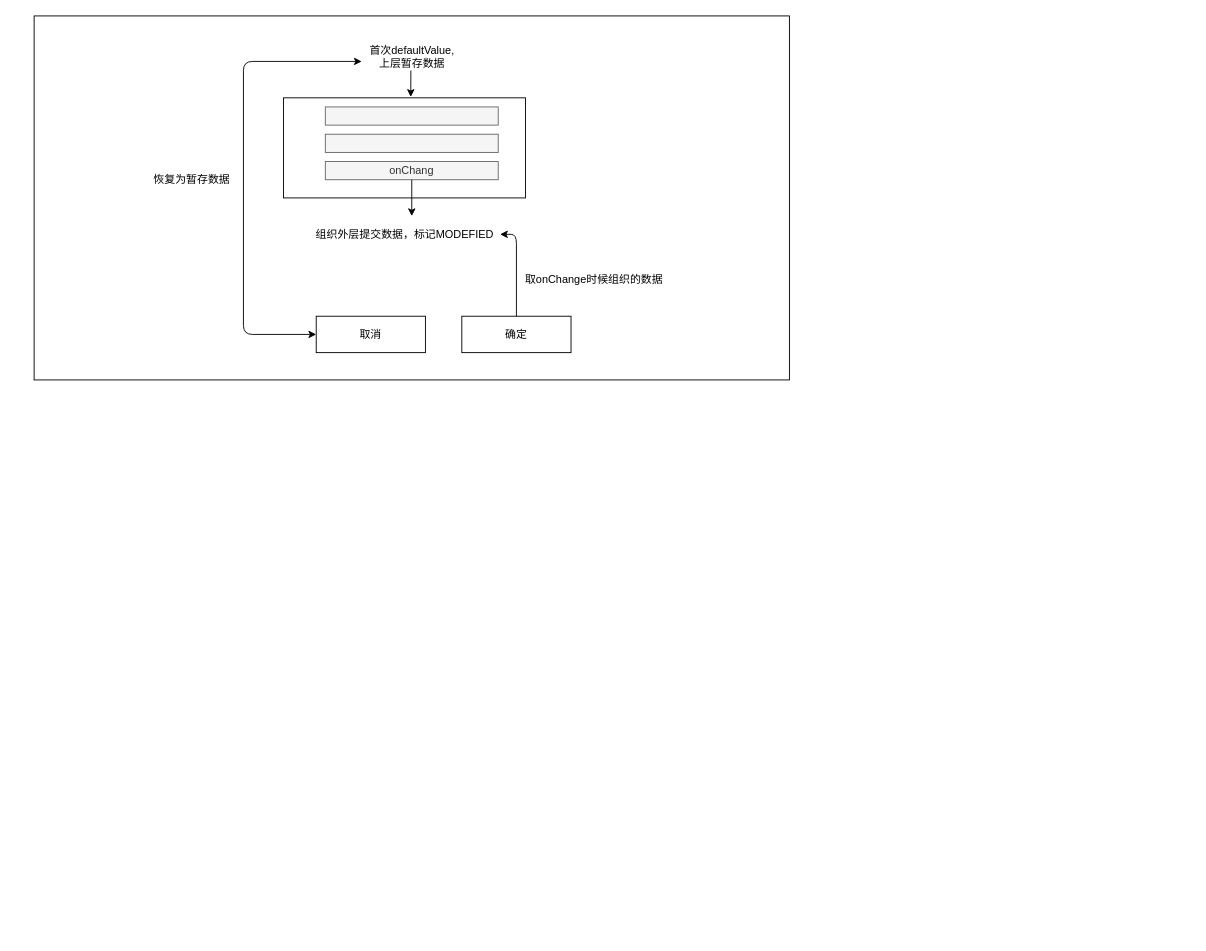
Above: Untitled Diagram.drawio in littlelady2015/yctea (draw.io), before the change. Source tidied: cells renumbered, new cells numbered last; positions are measured from the earlier drawing's top-left corner, leaving out a move shared by most shapes. Both pictures are drawn from the tidied source at 91%, with x=0, y=0 at pixel (34, 15).
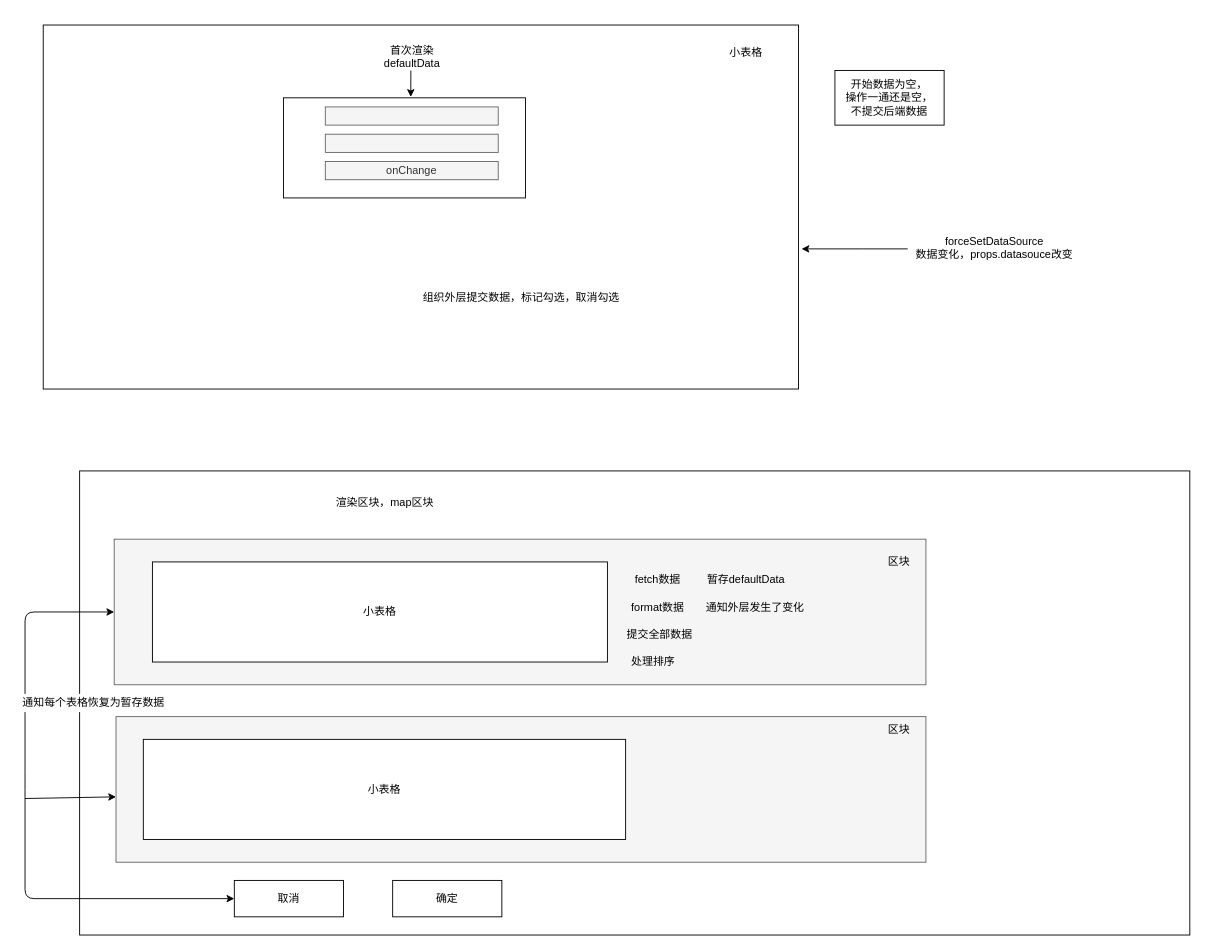
The same page after the edit.

What changed in the source:
```diff
@@
     <mxCell id="2" style="rounded=0;whiteSpace=wrap;html=1;" parent="1" vertex="1">
-      <mxGeometry width="830" height="400" as="geometry" />
+      <mxGeometry x="10" y="10" width="830" height="400" as="geometry" />
     </mxCell>
@@
-    <mxCell id="6" value="onChang" style="rounded=0;whiteSpace=wrap;html=1;fillColor=#f5f5f5;strokeColor=#666666;fontColor=#333333;" parent="1" vertex="1">
+    <mxCell id="6" value="onChange" style="rounded=0;whiteSpace=wrap;html=1;fillColor=#f5f5f5;strokeColor=#666666;fontColor=#333333;" parent="1" vertex="1">
       <mxGeometry x="320" y="160" width="190" height="20" as="geometry" />
     </mxCell>
@@
-    <mxCell id="8" value="首次defaultValue,&lt;br&gt;上层暂存数据&lt;br&gt;" style="text;html=1;align=center;verticalAlign=middle;strokeColor=none;" parent="1" vertex="1">
-      <mxGeometry x="360" y="30" width="110" height="30" as="geometry" />
+    <mxCell id="8" value="首次渲染&lt;br&gt;defaultData" style="text;html=1;align=center;verticalAlign=middle;strokeColor=none;" parent="1" vertex="1">
+      <mxGeometry x="375" y="30" width="80" height="30" as="geometry" />
     </mxCell>
-    <mxCell id="9" style="endArrow=classic;html=1;exitX=0.5;exitY=1;exitDx=0;exitDy=0;" parent="1" edge="1" source="6">
-      <mxGeometry relative="1" as="geometry">
-        <mxPoint x="415" y="220" as="targetPoint" />
-      </mxGeometry>
-    </mxCell>
-    <mxCell id="10" value="组织外层提交数据，标记MODEFIED" style="text;html=1;align=center;verticalAlign=middle;points=[];strokeColor=none;" parent="1" vertex="1">
-      <mxGeometry x="302" y="230" width="210" height="20" as="geometry" />
+    <mxCell id="10" value="组织外层提交数据，标记勾选，取消勾选" style="text;html=1;align=center;verticalAlign=middle;points=[];strokeColor=none;" parent="1" vertex="1">
+      <mxGeometry x="420" y="300" width="230" height="20" as="geometry" />
     </mxCell>
+    <mxCell id="17" value="开始数据为空，&lt;br&gt;操作一通还是空，&lt;br&gt;不提交后端数据" style="rounded=0;whiteSpace=wrap;html=1;" parent="1" vertex="1">
+      <mxGeometry x="880" y="60" width="120" height="60" as="geometry" />
+    </mxCell>
+    <mxCell id="18" value="小表格" style="text;html=1;align=center;verticalAlign=middle;strokeColor=none;" parent="1" vertex="1">
+      <mxGeometry x="757" y="30" width="50" height="20" as="geometry" />
+    </mxCell>
+    <mxCell id="19" style="rounded=0;whiteSpace=wrap;html=1;" parent="1" vertex="1">
+      <mxGeometry x="50" y="500" width="1220" height="510" as="geometry" />
+    </mxCell>
+    <mxCell id="20" style="rounded=0;whiteSpace=wrap;html=1;fillColor=#f5f5f5;strokeColor=#666666;fontColor=#333333;" parent="1" vertex="1">
+      <mxGeometry x="88" y="575" width="892" height="160" as="geometry" />
+    </mxCell>
+    <mxCell id="21" style="rounded=0;whiteSpace=wrap;html=1;fillColor=#f5f5f5;strokeColor=#666666;fontColor=#333333;" parent="1" vertex="1">
+      <mxGeometry x="90" y="770" width="890" height="160" as="geometry" />
+    </mxCell>
+    <mxCell id="22" value="渲染区块，map区块" style="text;html=1;align=center;verticalAlign=middle;strokeColor=none;" parent="1" vertex="1">
+      <mxGeometry x="325" y="525" width="120" height="20" as="geometry" />
+    </mxCell>
+    <mxCell id="23" value="小表格" style="rounded=0;whiteSpace=wrap;html=1;" parent="1" vertex="1">
+      <mxGeometry x="130" y="600" width="500" height="110" as="geometry" />
+    </mxCell>
+    <mxCell id="24" value="区块" style="text;html=1;align=center;verticalAlign=middle;strokeColor=none;" parent="1" vertex="1">
+      <mxGeometry x="930" y="590" width="40" height="20" as="geometry" />
+    </mxCell>
+    <mxCell id="12" value="取消" style="rounded=0;whiteSpace=wrap;html=1;" parent="1" vertex="1">
+      <mxGeometry x="220" y="950" width="120" height="40" as="geometry" />
+    </mxCell>
     <mxCell id="11" value="确定" style="rounded=0;whiteSpace=wrap;html=1;" parent="1" vertex="1">
-      <mxGeometry x="470" y="330" width="120" height="40" as="geometry" />
+      <mxGeometry x="394" y="950" width="120" height="40" as="geometry" />
     </mxCell>
-    <mxCell id="12" value="取消" style="rounded=0;whiteSpace=wrap;html=1;" parent="1" vertex="1">
-      <mxGeometry x="310" y="330" width="120" height="40" as="geometry" />
-    </mxCell>
+    <mxCell id="25" value="小表格" style="rounded=0;whiteSpace=wrap;html=1;" parent="1" vertex="1">
+      <mxGeometry x="120" y="795" width="530" height="110" as="geometry" />
+    </mxCell>
+    <mxCell id="26" value="区块" style="text;html=1;align=center;verticalAlign=middle;strokeColor=none;" parent="1" vertex="1">
+      <mxGeometry x="930" y="775" width="40" height="20" as="geometry" />
+    </mxCell>
+    <mxCell id="27" value="fetch数据" style="text;html=1;align=center;verticalAlign=middle;strokeColor=none;" parent="1" vertex="1">
+      <mxGeometry x="650" y="610" width="70" height="20" as="geometry" />
+    </mxCell>
-    <mxCell id="13" style="endArrow=classic;startArrow=classic;html=1;entryX=0;entryY=0.5;entryDx=0;entryDy=0;" parent="1" edge="1" target="12">
+    <mxCell id="13" style="endArrow=classic;startArrow=classic;html=1;entryX=0;entryY=0.5;entryDx=0;entryDy=0;" parent="1" edge="1" source="20" target="12">
       <mxGeometry relative="1" as="geometry">
-        <mxPoint x="360" y="50" as="sourcePoint" />
         <Array as="points">
-          <mxPoint x="230" y="50" />
-          <mxPoint x="230" y="350" />
+          <mxPoint x="-10" y="655" />
+          <mxPoint x="-10" y="840" />
+          <mxPoint x="-10" y="970" />
         </Array>
       </mxGeometry>
     </mxCell>
-    <mxCell id="14" value="恢复为暂存数据" style="text;html=1;align=center;verticalAlign=middle;strokeColor=none;" parent="1" vertex="1">
-      <mxGeometry x="123" y="170" width="100" height="20" as="geometry" />
-    </mxCell>
-    <mxCell id="15" style="endArrow=classic;html=1;exitX=0.5;exitY=0;exitDx=0;exitDy=0;" parent="1" edge="1" source="11" target="10">
-      <mxGeometry relative="1" as="geometry">
-        <Array as="points">
-          <mxPoint x="530" y="240" />
-        </Array>
-      </mxGeometry>
-    </mxCell>
-    <mxCell id="16" value="取onChange时候组织的数据" style="text;html=1;align=center;verticalAlign=middle;strokeColor=none;" parent="1" vertex="1">
-      <mxGeometry x="530" y="280" width="170" height="20" as="geometry" />
-    </mxCell>
+    <mxCell id="28" value="通知每个表格恢复为暂存数据" style="text;html=1;align=center;verticalAlign=middle;strokeColor=none;fillColor=#ffffff;" parent="1" vertex="1">
+      <mxGeometry x="-20" y="745" width="170" height="20" as="geometry" />
+    </mxCell>
+    <mxCell id="29" style="endArrow=classic;html=1;" parent="1" edge="1" target="21">
+      <mxGeometry relative="1" as="geometry">
+        <mxPoint x="-10" y="860" as="sourcePoint" />
+      </mxGeometry>
+    </mxCell>
+    <mxCell id="30" value="format数据" style="text;html=1;align=center;verticalAlign=middle;strokeColor=none;" parent="1" vertex="1">
+      <mxGeometry x="650" y="640" width="70" height="20" as="geometry" />
+    </mxCell>
+    <mxCell id="31" value="提交全部数据" style="text;html=1;align=center;verticalAlign=middle;strokeColor=none;" parent="1" vertex="1">
+      <mxGeometry x="642" y="670" width="90" height="20" as="geometry" />
+    </mxCell>
+    <mxCell id="32" value="暂存defaultData" style="text;html=1;align=center;verticalAlign=middle;strokeColor=none;" parent="1" vertex="1">
+      <mxGeometry x="732" y="610" width="100" height="20" as="geometry" />
+    </mxCell>
+    <mxCell id="33" style="edgeStyle=orthogonalEdgeStyle;rounded=0;jettySize=auto;html=1;entryX=1.004;entryY=0.615;entryDx=0;entryDy=0;entryPerimeter=0;" parent="1" edge="1" source="34" target="2">
+      <mxGeometry relative="1" as="geometry">
+        <Array as="points">
+          <mxPoint x="910" y="256" />
+          <mxPoint x="910" y="256" />
+        </Array>
+      </mxGeometry>
+    </mxCell>
+    <mxCell id="34" value="forceSetDataSource&lt;br&gt;数据变化，props.datasouce改变" style="text;html=1;align=center;verticalAlign=middle;points=[];strokeColor=none;" parent="1" vertex="1">
+      <mxGeometry x="960" y="240" width="190" height="30" as="geometry" />
+    </mxCell>
+    <mxCell id="35" value="处理排序" style="text;html=1;align=center;verticalAlign=middle;strokeColor=none;" parent="1" vertex="1">
+      <mxGeometry x="650" y="700" width="60" height="20" as="geometry" />
+    </mxCell>
+    <mxCell id="36" value="通知外层发生了变化" style="text;html=1;align=center;verticalAlign=middle;strokeColor=none;" parent="1" vertex="1">
+      <mxGeometry x="732" y="640" width="120" height="20" as="geometry" />
+    </mxCell>
```
